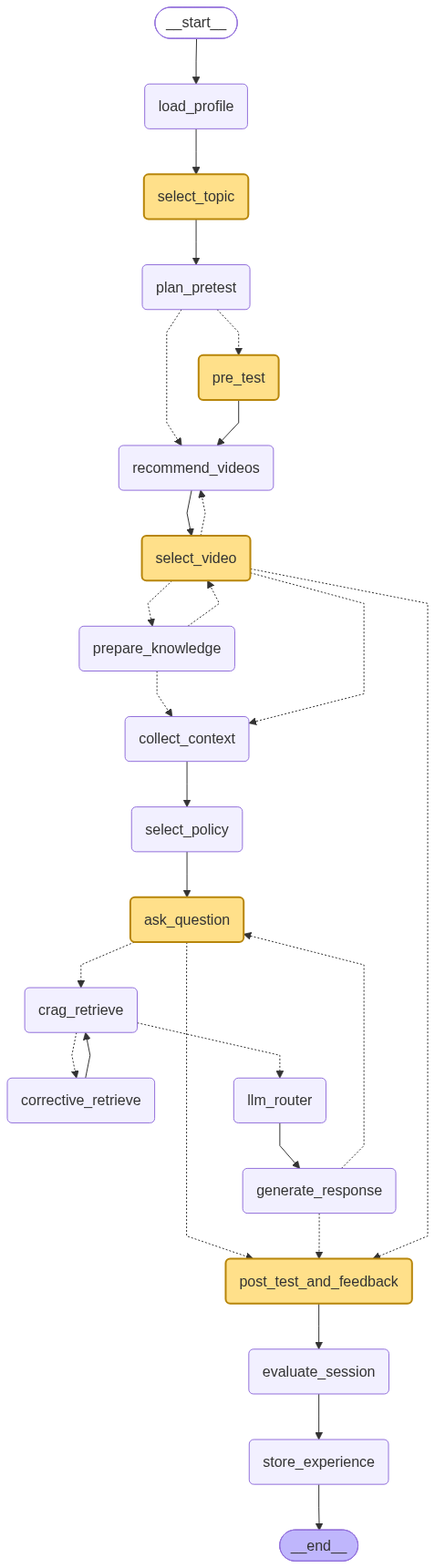
Earlier version of the Mermaid export docs/agent_graph.png (Sam3420/QoE-Aware-Self-Adaptive-Hybrid-Edge-Cloud-Educational-RAG-Assistant). Its source is kept beside it as docs/agent_graph.mmd.
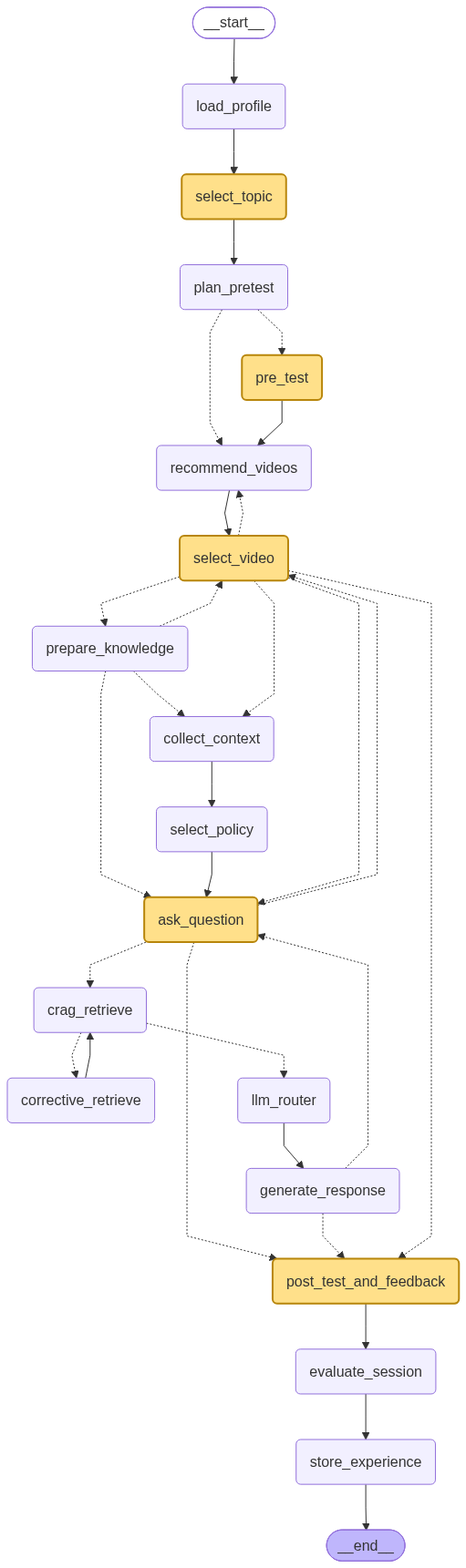
After the commit.

What changed in the source:
```diff
@@ -26,6 +26,7 @@
 	__start__ --> load_profile;
 	ask_question -.-> crag_retrieve;
 	ask_question -.-> post_test_and_feedback;
+	ask_question -.-> select_video;
 	collect_context --> select_policy;
 	corrective_retrieve --> crag_retrieve;
 	crag_retrieve -.-> corrective_retrieve;
@@ -39,11 +40,13 @@
 	plan_pretest -.-> recommend_videos;
 	post_test_and_feedback --> evaluate_session;
 	pre_test --> recommend_videos;
+	prepare_knowledge -.-> ask_question;
 	prepare_knowledge -.-> collect_context;
 	prepare_knowledge -.-> select_video;
 	recommend_videos --> select_video;
 	select_policy --> ask_question;
 	select_topic --> plan_pretest;
+	select_video -.-> ask_question;
 	select_video -.-> collect_context;
 	select_video -.-> post_test_and_feedback;
 	select_video -.-> prepare_knowledge;
```
